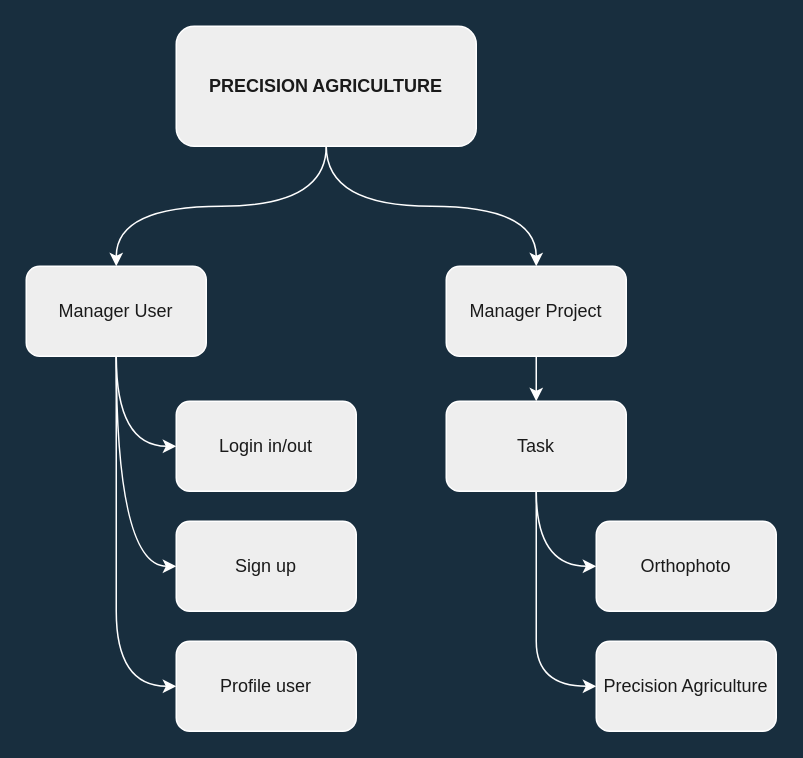
Earlier version of the draw.io diagram Agriculture.drawio (baoduydinh1710/FIELDimageR-Python). Source tidied: cells renumbered, new cells numbered last; positions are measured from the earlier drawing's top-left corner, leaving out a move shared by most shapes. Both pictures are drawn from the tidied source at 150%, with x=0, y=0 at pixel (26, 26).
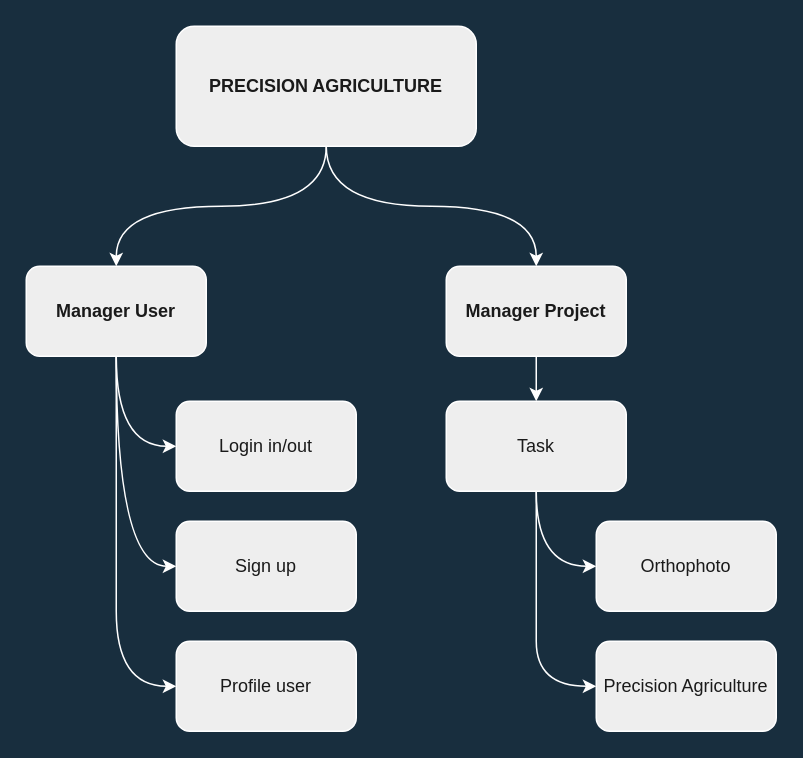
The same page after the edit.

Diff of the diagram source:
```diff
@@
-    <mxCell id="5" value="Manager User" style="rounded=1;whiteSpace=wrap;html=1;fillColor=#EEEEEE;strokeColor=#FFFFFF;fontColor=#1A1A1A;" parent="1" vertex="1">
+    <mxCell id="5" value="&lt;b&gt;Manager User&lt;/b&gt;" style="rounded=1;whiteSpace=wrap;html=1;fillColor=#EEEEEE;strokeColor=#FFFFFF;fontColor=#1A1A1A;" parent="1" vertex="1">
       <mxGeometry y="160" width="120" height="60" as="geometry" />
     </mxCell>
@@
-    <mxCell id="7" value="Manager Project" style="rounded=1;whiteSpace=wrap;html=1;fillColor=#EEEEEE;strokeColor=#FFFFFF;fontColor=#1A1A1A;" parent="1" vertex="1">
+    <mxCell id="7" value="&lt;b&gt;Manager Project&lt;/b&gt;" style="rounded=1;whiteSpace=wrap;html=1;fillColor=#EEEEEE;strokeColor=#FFFFFF;fontColor=#1A1A1A;" parent="1" vertex="1">
       <mxGeometry x="280" y="160" width="120" height="60" as="geometry" />
     </mxCell>
```
